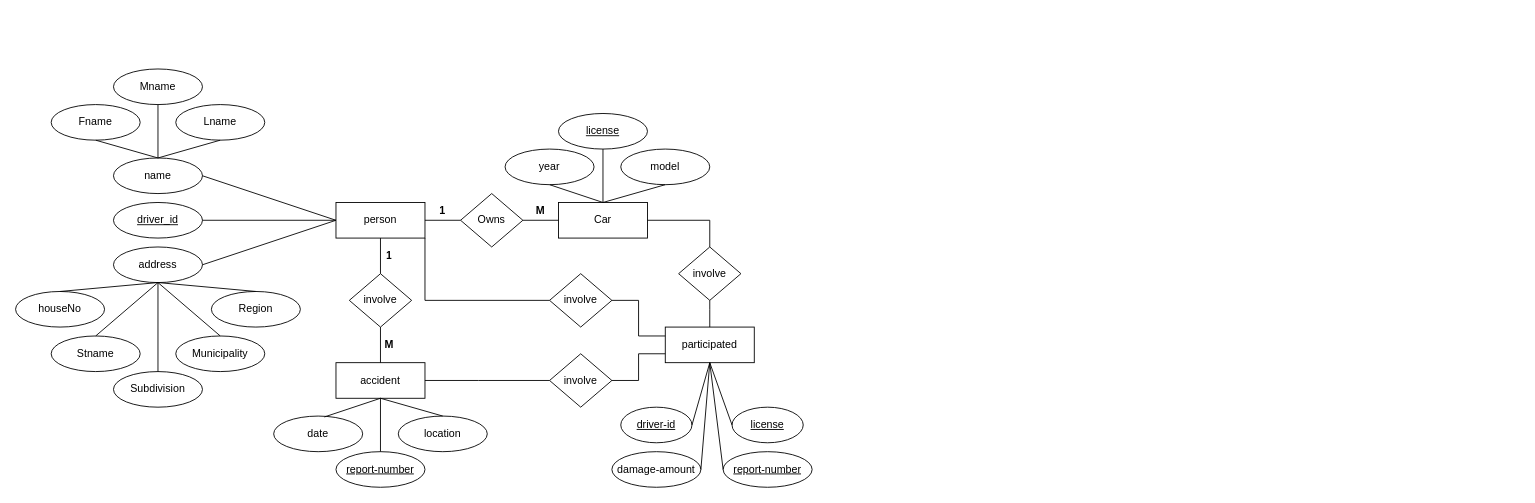
Before: Module-Excercise-4.drawio in Lanxxxe/Apartment-Watch, a draw.io diagram. Source tidied: cells renumbered, new cells numbered last; positions are measured from the earlier drawing's top-left corner, leaving out a move shared by most shapes. Both pictures are drawn from the tidied source at 89%, with x=0, y=0 at pixel (15, 69).
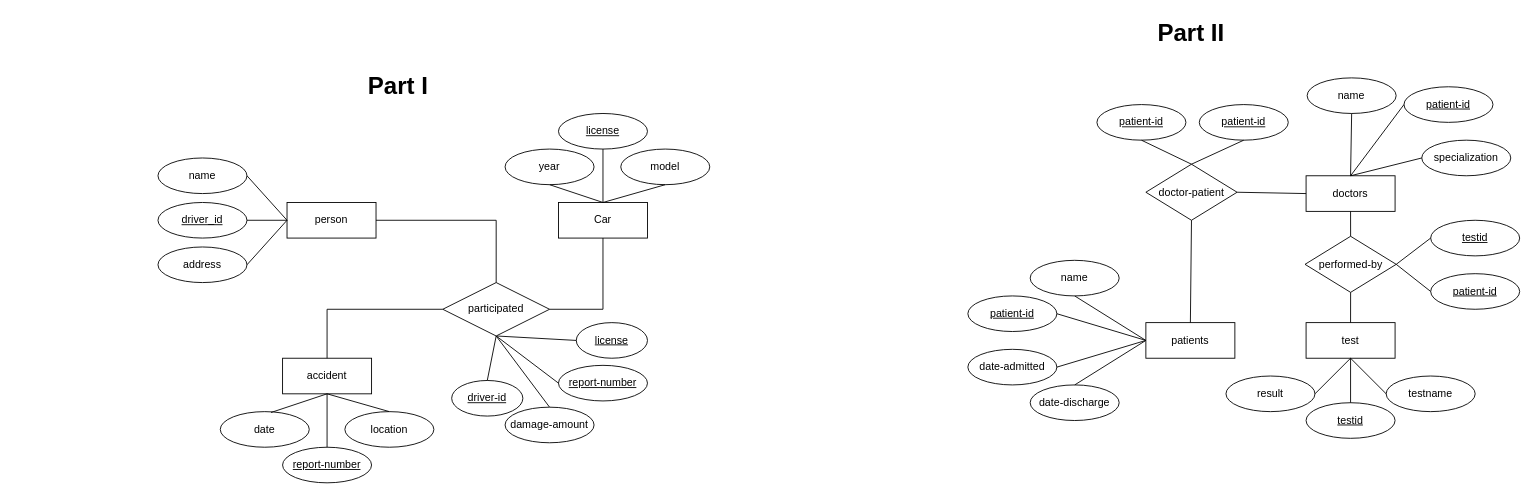
Above is the later version.

The change refers to these unchanged cells:
```xml
<mxCell id="15" value="Car" style="whiteSpace=wrap;html=1;align=center;" parent="1" vertex="1">
  <mxGeometry x="610" y="150" width="100" height="40" as="geometry" />
</mxCell>
```

Change to the diagram source:
```diff
@@
     <mxCell id="2" value="person" style="whiteSpace=wrap;html=1;align=center;" parent="1" vertex="1">
-      <mxGeometry x="360" y="150" width="100" height="40" as="geometry" />
+      <mxGeometry x="305" y="150" width="100" height="40" as="geometry" />
     </mxCell>
     <mxCell id="3" value="driver_id" style="ellipse;whiteSpace=wrap;html=1;align=center;fontStyle=4;" parent="1" vertex="1">
-      <mxGeometry x="110" y="150" width="100" height="40" as="geometry" />
+      <mxGeometry x="160" y="150" width="100" height="40" as="geometry" />
     </mxCell>
@@
     <mxCell id="5" value="name" style="ellipse;whiteSpace=wrap;html=1;align=center;" parent="1" vertex="1">
-      <mxGeometry x="110" y="100" width="100" height="40" as="geometry" />
+      <mxGeometry x="160" y="100" width="100" height="40" as="geometry" />
     </mxCell>
-    <mxCell id="6" value="Fname" style="ellipse;whiteSpace=wrap;html=1;align=center;" parent="1" vertex="1">
-      <mxGeometry x="40" y="40" width="100" height="40" as="geometry" />
-    </mxCell>
-    <mxCell id="7" value="Lname" style="ellipse;whiteSpace=wrap;html=1;align=center;" parent="1" vertex="1">
-      <mxGeometry x="180" y="40" width="100" height="40" as="geometry" />
-    </mxCell>
-    <mxCell id="8" value="Mname" style="ellipse;whiteSpace=wrap;html=1;align=center;" parent="1" vertex="1">
-      <mxGeometry x="110" width="100" height="40" as="geometry" />
-    </mxCell>
@@
-    <mxCell id="10" style="endArrow=none;html=1;rounded=0;entryX=0.5;entryY=1;entryDx=0;entryDy=0;exitX=0.5;exitY=0;exitDx=0;exitDy=0;" parent="1" edge="1" source="5" target="7">
-      <mxGeometry relative="1" as="geometry" />
-    </mxCell>
-    <mxCell id="11" style="endArrow=none;html=1;rounded=0;exitX=0.5;exitY=0;exitDx=0;exitDy=0;entryX=0.5;entryY=1;entryDx=0;entryDy=0;" parent="1" edge="1" source="5" target="8">
-      <mxGeometry relative="1" as="geometry" />
-    </mxCell>
-    <mxCell id="12" style="endArrow=none;html=1;rounded=0;exitX=0.5;exitY=0;exitDx=0;exitDy=0;entryX=0.5;entryY=1;entryDx=0;entryDy=0;" parent="1" edge="1" source="5" target="6">
-      <mxGeometry relative="1" as="geometry" />
-    </mxCell>
     <mxCell id="13" value="address" style="ellipse;whiteSpace=wrap;html=1;align=center;" parent="1" vertex="1">
-      <mxGeometry x="110" y="200" width="100" height="40" as="geometry" />
+      <mxGeometry x="160" y="200" width="100" height="40" as="geometry" />
     </mxCell>
-    <mxCell id="14" value="Owns" style="shape=rhombus;perimeter=rhombusPerimeter;whiteSpace=wrap;html=1;align=center;" parent="1" vertex="1">
-      <mxGeometry x="500" y="140" width="70" height="60" as="geometry" />
-    </mxCell>
@@
-    <mxCell id="17" value="houseNo" style="ellipse;whiteSpace=wrap;html=1;align=center;" parent="1" vertex="1">
-      <mxGeometry y="250" width="100" height="40" as="geometry" />
-    </mxCell>
-    <mxCell id="18" value="Stname" style="ellipse;whiteSpace=wrap;html=1;align=center;" parent="1" vertex="1">
-      <mxGeometry x="40" y="300" width="100" height="40" as="geometry" />
-    </mxCell>
-    <mxCell id="19" value="Subdivision" style="ellipse;whiteSpace=wrap;html=1;align=center;" parent="1" vertex="1">
-      <mxGeometry x="110" y="340" width="100" height="40" as="geometry" />
-    </mxCell>
-    <mxCell id="20" value="Municipality" style="ellipse;whiteSpace=wrap;html=1;align=center;" parent="1" vertex="1">
-      <mxGeometry x="180" y="300" width="100" height="40" as="geometry" />
-    </mxCell>
-    <mxCell id="21" value="Region" style="ellipse;whiteSpace=wrap;html=1;align=center;" parent="1" vertex="1">
-      <mxGeometry x="220" y="250" width="100" height="40" as="geometry" />
-    </mxCell>
-    <mxCell id="22" style="endArrow=none;html=1;rounded=0;entryX=0.5;entryY=0;entryDx=0;entryDy=0;exitX=0.5;exitY=1;exitDx=0;exitDy=0;" parent="1" edge="1" source="13" target="17">
-      <mxGeometry relative="1" as="geometry" />
-    </mxCell>
-    <mxCell id="23" style="endArrow=none;html=1;rounded=0;entryX=0.5;entryY=0;entryDx=0;entryDy=0;exitX=0.5;exitY=1;exitDx=0;exitDy=0;" parent="1" edge="1" source="13" target="18">
-      <mxGeometry relative="1" as="geometry" />
-    </mxCell>
-    <mxCell id="24" style="endArrow=none;html=1;rounded=0;entryX=0.5;entryY=0;entryDx=0;entryDy=0;exitX=0.5;exitY=1;exitDx=0;exitDy=0;" parent="1" edge="1" source="13" target="19">
-      <mxGeometry relative="1" as="geometry" />
-    </mxCell>
-    <mxCell id="25" style="endArrow=none;html=1;rounded=0;exitX=0.5;exitY=1;exitDx=0;exitDy=0;entryX=0.5;entryY=0;entryDx=0;entryDy=0;" parent="1" edge="1" source="13" target="20">
-      <mxGeometry relative="1" as="geometry" />
-    </mxCell>
-    <mxCell id="26" style="endArrow=none;html=1;rounded=0;exitX=0.5;exitY=1;exitDx=0;exitDy=0;entryX=0.5;entryY=0;entryDx=0;entryDy=0;" parent="1" edge="1" source="13" target="21">
-      <mxGeometry relative="1" as="geometry" />
-    </mxCell>
-    <mxCell id="27" style="endArrow=none;html=1;rounded=0;entryX=0;entryY=0.5;entryDx=0;entryDy=0;exitX=1;exitY=0.5;exitDx=0;exitDy=0;" parent="1" edge="1" source="2" target="14">
-      <mxGeometry relative="1" as="geometry" />
-    </mxCell>
-    <mxCell id="28" style="endArrow=none;html=1;rounded=0;entryX=0;entryY=0.5;entryDx=0;entryDy=0;exitX=1;exitY=0.5;exitDx=0;exitDy=0;" parent="1" edge="1" source="14" target="15">
-      <mxGeometry relative="1" as="geometry" />
-    </mxCell>
-    <mxCell id="29" value="&lt;b&gt;M&lt;/b&gt;" style="text;strokeColor=none;fillColor=none;spacingLeft=4;spacingRight=4;overflow=hidden;fontSize=12;whiteSpace=wrap;html=1;align=center;verticalAlign=middle;" parent="1" vertex="1">
-      <mxGeometry x="580" y="150" width="20" height="20" as="geometry" />
-    </mxCell>
-    <mxCell id="30" value="&lt;b&gt;1&lt;/b&gt;" style="text;strokeColor=none;fillColor=none;spacingLeft=4;spacingRight=4;overflow=hidden;fontSize=12;whiteSpace=wrap;html=1;align=center;verticalAlign=middle;" parent="1" vertex="1">
-      <mxGeometry x="470" y="150" width="20" height="20" as="geometry" />
-    </mxCell>
@@
     <mxCell id="37" value="accident" style="whiteSpace=wrap;html=1;align=center;" parent="1" vertex="1">
-      <mxGeometry x="360" y="330" width="100" height="40" as="geometry" />
+      <mxGeometry x="300" y="325" width="100" height="40" as="geometry" />
     </mxCell>
     <mxCell id="38" value="date" style="ellipse;whiteSpace=wrap;html=1;align=center;" parent="1" vertex="1">
-      <mxGeometry x="290" y="390" width="100" height="40" as="geometry" />
+      <mxGeometry x="230" y="385" width="100" height="40" as="geometry" />
     </mxCell>
     <mxCell id="39" value="location" style="ellipse;whiteSpace=wrap;html=1;align=center;" parent="1" vertex="1">
-      <mxGeometry x="430" y="390" width="100" height="40" as="geometry" />
+      <mxGeometry x="370" y="385" width="100" height="40" as="geometry" />
     </mxCell>
     <mxCell id="40" value="report-number" style="ellipse;whiteSpace=wrap;html=1;align=center;fontStyle=4;" parent="1" vertex="1">
-      <mxGeometry x="360" y="430" width="100" height="40" as="geometry" />
+      <mxGeometry x="300" y="425" width="100" height="40" as="geometry" />
     </mxCell>
@@
-    <mxCell id="44" value="involve" style="shape=rhombus;perimeter=rhombusPerimeter;whiteSpace=wrap;html=1;align=center;" parent="1" vertex="1">
-      <mxGeometry x="375" y="230" width="70" height="60" as="geometry" />
-    </mxCell>
-    <mxCell id="45" style="endArrow=none;html=1;rounded=0;entryX=0.5;entryY=0;entryDx=0;entryDy=0;exitX=0.5;exitY=1;exitDx=0;exitDy=0;" parent="1" edge="1" source="2" target="44">
-      <mxGeometry relative="1" as="geometry" />
-    </mxCell>
-    <mxCell id="46" style="endArrow=none;html=1;rounded=0;entryX=0.5;entryY=0;entryDx=0;entryDy=0;exitX=0.5;exitY=1;exitDx=0;exitDy=0;" parent="1" edge="1" source="44" target="37">
-      <mxGeometry relative="1" as="geometry" />
-    </mxCell>
-    <mxCell id="47" value="participated" style="whiteSpace=wrap;html=1;align=center;" parent="1" vertex="1">
-      <mxGeometry x="730" y="290" width="100" height="40" as="geometry" />
-    </mxCell>
     <mxCell id="48" value="damage-amount" style="ellipse;whiteSpace=wrap;html=1;align=center;" parent="1" vertex="1">
-      <mxGeometry x="670" y="430" width="100" height="40" as="geometry" />
+      <mxGeometry x="550" y="380" width="100" height="40" as="geometry" />
     </mxCell>
     <mxCell id="49" value="driver-id" style="ellipse;whiteSpace=wrap;html=1;align=center;fontStyle=4;" parent="1" vertex="1">
-      <mxGeometry x="680" y="380" width="80" height="40" as="geometry" />
+      <mxGeometry x="490" y="350" width="80" height="40" as="geometry" />
     </mxCell>
     <mxCell id="50" value="license" style="ellipse;whiteSpace=wrap;html=1;align=center;fontStyle=4;" parent="1" vertex="1">
-      <mxGeometry x="805" y="380" width="80" height="40" as="geometry" />
+      <mxGeometry x="630" y="285" width="80" height="40" as="geometry" />
     </mxCell>
     <mxCell id="51" value="report-number" style="ellipse;whiteSpace=wrap;html=1;align=center;fontStyle=4;" parent="1" vertex="1">
-      <mxGeometry x="795" y="430" width="100" height="40" as="geometry" />
+      <mxGeometry x="610" y="333" width="100" height="40" as="geometry" />
     </mxCell>
-    <mxCell id="52" value="involve" style="shape=rhombus;perimeter=rhombusPerimeter;whiteSpace=wrap;html=1;align=center;" parent="1" vertex="1">
-      <mxGeometry x="600" y="230" width="70" height="60" as="geometry" />
-    </mxCell>
-    <mxCell id="53" value="involve" style="shape=rhombus;perimeter=rhombusPerimeter;whiteSpace=wrap;html=1;align=center;" parent="1" vertex="1">
-      <mxGeometry x="600" y="320" width="70" height="60" as="geometry" />
-    </mxCell>
-    <mxCell id="54" value="involve" style="shape=rhombus;perimeter=rhombusPerimeter;whiteSpace=wrap;html=1;align=center;" parent="1" vertex="1">
-      <mxGeometry x="745" y="200" width="70" height="60" as="geometry" />
-    </mxCell>
-    <mxCell id="55" style="endArrow=none;html=1;rounded=0;entryX=0.5;entryY=0;entryDx=0;entryDy=0;exitX=1;exitY=0.5;exitDx=0;exitDy=0;" parent="1" edge="1" source="15" target="54">
-      <mxGeometry relative="1" as="geometry">
-        <Array as="points">
-          <mxPoint x="780" y="170" />
-        </Array>
-      </mxGeometry>
-    </mxCell>
-    <mxCell id="56" style="endArrow=none;html=1;rounded=0;entryX=0;entryY=0.5;entryDx=0;entryDy=0;exitX=1;exitY=1;exitDx=0;exitDy=0;" parent="1" edge="1" source="2" target="52">
-      <mxGeometry relative="1" as="geometry">
-        <Array as="points">
-          <mxPoint x="460" y="260" />
-        </Array>
-      </mxGeometry>
-    </mxCell>
-    <mxCell id="57" style="endArrow=none;html=1;rounded=0;entryX=0;entryY=0.5;entryDx=0;entryDy=0;exitX=1;exitY=0.5;exitDx=0;exitDy=0;" parent="1" edge="1" source="37" target="53">
-      <mxGeometry relative="1" as="geometry">
-        <Array as="points">
-          <mxPoint x="520" y="350" />
-        </Array>
-      </mxGeometry>
-    </mxCell>
-    <mxCell id="58" style="endArrow=none;html=1;rounded=0;entryX=0;entryY=0.25;entryDx=0;entryDy=0;exitX=1;exitY=0.5;exitDx=0;exitDy=0;" parent="1" edge="1" source="52" target="47">
-      <mxGeometry relative="1" as="geometry">
-        <Array as="points">
-          <mxPoint x="700" y="260" />
-          <mxPoint x="700" y="300" />
-        </Array>
-      </mxGeometry>
-    </mxCell>
-    <mxCell id="59" style="endArrow=none;html=1;rounded=0;entryX=0;entryY=0.75;entryDx=0;entryDy=0;exitX=1;exitY=0.5;exitDx=0;exitDy=0;" parent="1" edge="1" source="53" target="47">
-      <mxGeometry relative="1" as="geometry">
-        <Array as="points">
-          <mxPoint x="700" y="350" />
-          <mxPoint x="700" y="320" />
-        </Array>
-      </mxGeometry>
-    </mxCell>
-    <mxCell id="60" style="endArrow=none;html=1;rounded=0;entryX=0.5;entryY=0;entryDx=0;entryDy=0;exitX=0.5;exitY=1;exitDx=0;exitDy=0;" parent="1" edge="1" source="54" target="47">
-      <mxGeometry relative="1" as="geometry">
-        <Array as="points">
-          <mxPoint x="780" y="270" />
-        </Array>
-      </mxGeometry>
-    </mxCell>
-    <mxCell id="61" style="endArrow=none;html=1;rounded=0;entryX=0.5;entryY=1;entryDx=0;entryDy=0;exitX=1;exitY=0.5;exitDx=0;exitDy=0;" parent="1" edge="1" source="49" target="47">
+    <mxCell id="61" style="endArrow=none;html=1;rounded=0;entryX=0.5;entryY=1;entryDx=0;entryDy=0;exitX=0.5;exitY=0;exitDx=0;exitDy=0;" parent="1" edge="1" source="49" target="47">
       <mxGeometry relative="1" as="geometry" />
     </mxCell>
@@
-    <mxCell id="64" style="endArrow=none;html=1;rounded=0;entryX=0.5;entryY=1;entryDx=0;entryDy=0;exitX=1;exitY=0.5;exitDx=0;exitDy=0;" parent="1" edge="1" source="48" target="47">
+    <mxCell id="64" style="endArrow=none;html=1;rounded=0;entryX=0.5;entryY=1;entryDx=0;entryDy=0;exitX=0.5;exitY=0;exitDx=0;exitDy=0;" parent="1" edge="1" source="48" target="47">
       <mxGeometry relative="1" as="geometry" />
     </mxCell>
-    <mxCell id="65" value="&lt;b&gt;1&lt;/b&gt;" style="text;strokeColor=none;fillColor=none;spacingLeft=4;spacingRight=4;overflow=hidden;fontSize=12;whiteSpace=wrap;html=1;align=center;verticalAlign=middle;" parent="1" vertex="1">
-      <mxGeometry x="410" y="200" width="20" height="20" as="geometry" />
-    </mxCell>
-    <mxCell id="66" value="&lt;b&gt;M&lt;/b&gt;" style="text;strokeColor=none;fillColor=none;spacingLeft=4;spacingRight=4;overflow=hidden;fontSize=12;whiteSpace=wrap;html=1;align=center;verticalAlign=middle;" parent="1" vertex="1">
-      <mxGeometry x="410" y="300" width="20" height="20" as="geometry" />
-    </mxCell>
+    <mxCell id="67" value="&lt;font style=&quot;font-size: 27px;&quot;&gt;&lt;b&gt;Part I&lt;/b&gt;&lt;/font&gt;" style="text;html=1;align=center;verticalAlign=middle;whiteSpace=wrap;rounded=0;" parent="1" vertex="1">
+      <mxGeometry x="370" width="120" height="40" as="geometry" />
+    </mxCell>
+    <mxCell id="68" value="&lt;font style=&quot;font-size: 27px;&quot;&gt;&lt;b&gt;Part II&lt;/b&gt;&lt;/font&gt;" style="text;html=1;align=center;verticalAlign=middle;whiteSpace=wrap;rounded=0;" parent="1" vertex="1">
+      <mxGeometry x="1261.2" y="-60" width="120" height="40" as="geometry" />
+    </mxCell>
+    <mxCell id="69" value="patients" style="whiteSpace=wrap;html=1;align=center;" parent="1" vertex="1">
+      <mxGeometry x="1270" y="285" width="100" height="40" as="geometry" />
+    </mxCell>
+    <mxCell id="70" value="patient-id" style="ellipse;whiteSpace=wrap;html=1;align=center;fontStyle=4;" parent="1" vertex="1">
+      <mxGeometry x="1070" y="255" width="100" height="40" as="geometry" />
+    </mxCell>
+    <mxCell id="71" value="name" style="ellipse;whiteSpace=wrap;html=1;align=center;" parent="1" vertex="1">
+      <mxGeometry x="1140" y="215" width="100" height="40" as="geometry" />
+    </mxCell>
+    <mxCell id="72" value="date-admitted" style="ellipse;whiteSpace=wrap;html=1;align=center;" parent="1" vertex="1">
+      <mxGeometry x="1070" y="315" width="100" height="40" as="geometry" />
+    </mxCell>
+    <mxCell id="73" value="date-discharge" style="ellipse;whiteSpace=wrap;html=1;align=center;" parent="1" vertex="1">
+      <mxGeometry x="1140" y="355" width="100" height="40" as="geometry" />
+    </mxCell>
+    <mxCell id="74" style="endArrow=none;html=1;rounded=0;entryX=0;entryY=0.5;entryDx=0;entryDy=0;exitX=0.5;exitY=1;exitDx=0;exitDy=0;" parent="1" edge="1" source="71" target="69">
+      <mxGeometry relative="1" as="geometry" />
+    </mxCell>
+    <mxCell id="75" style="endArrow=none;html=1;rounded=0;entryX=0;entryY=0.5;entryDx=0;entryDy=0;exitX=1;exitY=0.5;exitDx=0;exitDy=0;" parent="1" edge="1" source="70" target="69">
+      <mxGeometry relative="1" as="geometry" />
+    </mxCell>
+    <mxCell id="76" style="endArrow=none;html=1;rounded=0;entryX=0;entryY=0.5;entryDx=0;entryDy=0;exitX=1;exitY=0.5;exitDx=0;exitDy=0;" parent="1" edge="1" source="72" target="69">
+      <mxGeometry relative="1" as="geometry" />
+    </mxCell>
+    <mxCell id="77" style="endArrow=none;html=1;rounded=0;entryX=0;entryY=0.5;entryDx=0;entryDy=0;exitX=0.5;exitY=0;exitDx=0;exitDy=0;" parent="1" edge="1" source="73" target="69">
+      <mxGeometry relative="1" as="geometry" />
+    </mxCell>
+    <mxCell id="78" value="doctors" style="whiteSpace=wrap;html=1;align=center;" parent="1" vertex="1">
+      <mxGeometry x="1450" y="120" width="100" height="40" as="geometry" />
+    </mxCell>
+    <mxCell id="79" value="name" style="ellipse;whiteSpace=wrap;html=1;align=center;" parent="1" vertex="1">
+      <mxGeometry x="1451.2" y="10" width="100" height="40" as="geometry" />
+    </mxCell>
+    <mxCell id="80" value="specialization" style="ellipse;whiteSpace=wrap;html=1;align=center;" parent="1" vertex="1">
+      <mxGeometry x="1580" y="80" width="100" height="40" as="geometry" />
+    </mxCell>
+    <mxCell id="81" value="patient-id" style="ellipse;whiteSpace=wrap;html=1;align=center;fontStyle=4;" parent="1" vertex="1">
+      <mxGeometry x="1560" y="20" width="100" height="40" as="geometry" />
+    </mxCell>
+    <mxCell id="82" style="endArrow=none;html=1;rounded=0;entryX=0;entryY=0.5;entryDx=0;entryDy=0;exitX=0.5;exitY=0;exitDx=0;exitDy=0;" parent="1" edge="1" source="78" target="81">
+      <mxGeometry relative="1" as="geometry" />
+    </mxCell>
+    <mxCell id="83" style="endArrow=none;html=1;rounded=0;entryX=0;entryY=0.5;entryDx=0;entryDy=0;exitX=0.5;exitY=0;exitDx=0;exitDy=0;" parent="1" edge="1" source="78" target="80">
+      <mxGeometry relative="1" as="geometry" />
+    </mxCell>
+    <mxCell id="84" style="endArrow=none;html=1;rounded=0;entryX=0.5;entryY=1;entryDx=0;entryDy=0;exitX=0.5;exitY=0;exitDx=0;exitDy=0;" parent="1" edge="1" source="78" target="79">
+      <mxGeometry relative="1" as="geometry" />
+    </mxCell>
+    <mxCell id="85" value="test" style="whiteSpace=wrap;html=1;align=center;" parent="1" vertex="1">
+      <mxGeometry x="1450" y="285" width="100" height="40" as="geometry" />
+    </mxCell>
+    <mxCell id="86" value="testname" style="ellipse;whiteSpace=wrap;html=1;align=center;" parent="1" vertex="1">
+      <mxGeometry x="1540" y="345" width="100" height="40" as="geometry" />
+    </mxCell>
+    <mxCell id="87" value="testid" style="ellipse;whiteSpace=wrap;html=1;align=center;fontStyle=4;" parent="1" vertex="1">
+      <mxGeometry x="1450" y="375" width="100" height="40" as="geometry" />
+    </mxCell>
+    <mxCell id="88" value="result" style="ellipse;whiteSpace=wrap;html=1;align=center;" parent="1" vertex="1">
+      <mxGeometry x="1360" y="345" width="100" height="40" as="geometry" />
+    </mxCell>
+    <mxCell id="89" style="endArrow=none;html=1;rounded=0;entryX=0.5;entryY=1;entryDx=0;entryDy=0;exitX=0.5;exitY=0;exitDx=0;exitDy=0;" parent="1" edge="1" source="87" target="85">
+      <mxGeometry relative="1" as="geometry" />
+    </mxCell>
+    <mxCell id="90" style="endArrow=none;html=1;rounded=0;entryX=0.5;entryY=1;entryDx=0;entryDy=0;exitX=0;exitY=0.5;exitDx=0;exitDy=0;" parent="1" edge="1" source="86" target="85">
+      <mxGeometry relative="1" as="geometry" />
+    </mxCell>
+    <mxCell id="91" style="endArrow=none;html=1;rounded=0;entryX=0.5;entryY=1;entryDx=0;entryDy=0;exitX=1;exitY=0.5;exitDx=0;exitDy=0;" parent="1" edge="1" source="88" target="85">
+      <mxGeometry relative="1" as="geometry" />
+    </mxCell>
+    <mxCell id="47" value="participated" style="shape=rhombus;perimeter=rhombusPerimeter;whiteSpace=wrap;html=1;align=center;" parent="1" vertex="1">
+      <mxGeometry x="480" y="240" width="120" height="60" as="geometry" />
+    </mxCell>
+    <mxCell id="92" style="endArrow=none;html=1;rounded=0;exitX=1;exitY=0.5;exitDx=0;exitDy=0;entryX=0.5;entryY=0;entryDx=0;entryDy=0;" parent="1" edge="1" source="2" target="47">
+      <mxGeometry relative="1" as="geometry">
+        <Array as="points">
+          <mxPoint x="540" y="170" />
+        </Array>
+      </mxGeometry>
+    </mxCell>
+    <mxCell id="93" style="endArrow=none;html=1;rounded=0;entryX=0;entryY=0.5;entryDx=0;entryDy=0;exitX=0.5;exitY=0;exitDx=0;exitDy=0;" parent="1" edge="1" source="37" target="47">
+      <mxGeometry relative="1" as="geometry">
+        <Array as="points">
+          <mxPoint x="350" y="270" />
+        </Array>
+      </mxGeometry>
+    </mxCell>
+    <mxCell id="94" style="endArrow=none;html=1;rounded=0;entryX=0.5;entryY=1;entryDx=0;entryDy=0;exitX=1;exitY=0.5;exitDx=0;exitDy=0;" parent="1" edge="1" source="47" target="15">
+      <mxGeometry relative="1" as="geometry">
+        <Array as="points">
+          <mxPoint x="660" y="270" />
+        </Array>
+      </mxGeometry>
+    </mxCell>
+    <mxCell id="95" value="performed-by" style="shape=rhombus;perimeter=rhombusPerimeter;whiteSpace=wrap;html=1;align=center;" parent="1" vertex="1">
+      <mxGeometry x="1448.8" y="188" width="102.5" height="63" as="geometry" />
+    </mxCell>
+    <mxCell id="96" style="endArrow=none;html=1;rounded=0;entryX=0.5;entryY=1;entryDx=0;entryDy=0;exitX=0.5;exitY=0;exitDx=0;exitDy=0;" parent="1" edge="1" source="95" target="78">
+      <mxGeometry relative="1" as="geometry" />
+    </mxCell>
+    <mxCell id="97" style="endArrow=none;html=1;rounded=0;entryX=0.5;entryY=1;entryDx=0;entryDy=0;exitX=0.5;exitY=0;exitDx=0;exitDy=0;" parent="1" edge="1" source="85" target="95">
+      <mxGeometry relative="1" as="geometry" />
+    </mxCell>
+    <mxCell id="98" value="testid" style="ellipse;whiteSpace=wrap;html=1;align=center;fontStyle=4;" parent="1" vertex="1">
+      <mxGeometry x="1590" y="170" width="100" height="40" as="geometry" />
+    </mxCell>
+    <mxCell id="99" value="patient-id" style="ellipse;whiteSpace=wrap;html=1;align=center;fontStyle=4;" parent="1" vertex="1">
+      <mxGeometry x="1590" y="230" width="100" height="40" as="geometry" />
+    </mxCell>
+    <mxCell id="100" style="endArrow=none;html=1;rounded=0;entryX=0;entryY=0.5;entryDx=0;entryDy=0;exitX=1;exitY=0.5;exitDx=0;exitDy=0;" parent="1" edge="1" source="95" target="98">
+      <mxGeometry relative="1" as="geometry" />
+    </mxCell>
+    <mxCell id="101" style="endArrow=none;html=1;rounded=0;entryX=0;entryY=0.5;entryDx=0;entryDy=0;exitX=1;exitY=0.5;exitDx=0;exitDy=0;" parent="1" edge="1" source="95" target="99">
+      <mxGeometry relative="1" as="geometry" />
+    </mxCell>
+    <mxCell id="102" value="doctor-patient" style="shape=rhombus;perimeter=rhombusPerimeter;whiteSpace=wrap;html=1;align=center;" parent="1" vertex="1">
+      <mxGeometry x="1270" y="107" width="102.5" height="63" as="geometry" />
+    </mxCell>
+    <mxCell id="103" value="patient-id" style="ellipse;whiteSpace=wrap;html=1;align=center;fontStyle=4;" parent="1" vertex="1">
+      <mxGeometry x="1330" y="40" width="100" height="40" as="geometry" />
+    </mxCell>
+    <mxCell id="104" value="patient-id" style="ellipse;whiteSpace=wrap;html=1;align=center;fontStyle=4;" parent="1" vertex="1">
+      <mxGeometry x="1215" y="40" width="100" height="40" as="geometry" />
+    </mxCell>
+    <mxCell id="105" style="endArrow=none;html=1;rounded=0;entryX=0;entryY=0.5;entryDx=0;entryDy=0;exitX=1;exitY=0.5;exitDx=0;exitDy=0;" parent="1" edge="1" source="102" target="78">
+      <mxGeometry relative="1" as="geometry" />
+    </mxCell>
+    <mxCell id="106" style="endArrow=none;html=1;rounded=0;exitX=0.5;exitY=0;exitDx=0;exitDy=0;entryX=0.5;entryY=1;entryDx=0;entryDy=0;" parent="1" edge="1" source="69" target="102">
+      <mxGeometry relative="1" as="geometry" />
+    </mxCell>
+    <mxCell id="107" style="endArrow=none;html=1;rounded=0;entryX=0.5;entryY=1;entryDx=0;entryDy=0;exitX=0.5;exitY=0;exitDx=0;exitDy=0;" parent="1" edge="1" source="102" target="104">
+      <mxGeometry relative="1" as="geometry" />
+    </mxCell>
+    <mxCell id="108" style="endArrow=none;html=1;rounded=0;entryX=0.5;entryY=1;entryDx=0;entryDy=0;exitX=0.5;exitY=0;exitDx=0;exitDy=0;" parent="1" edge="1" source="102" target="103">
+      <mxGeometry relative="1" as="geometry" />
+    </mxCell>
```
